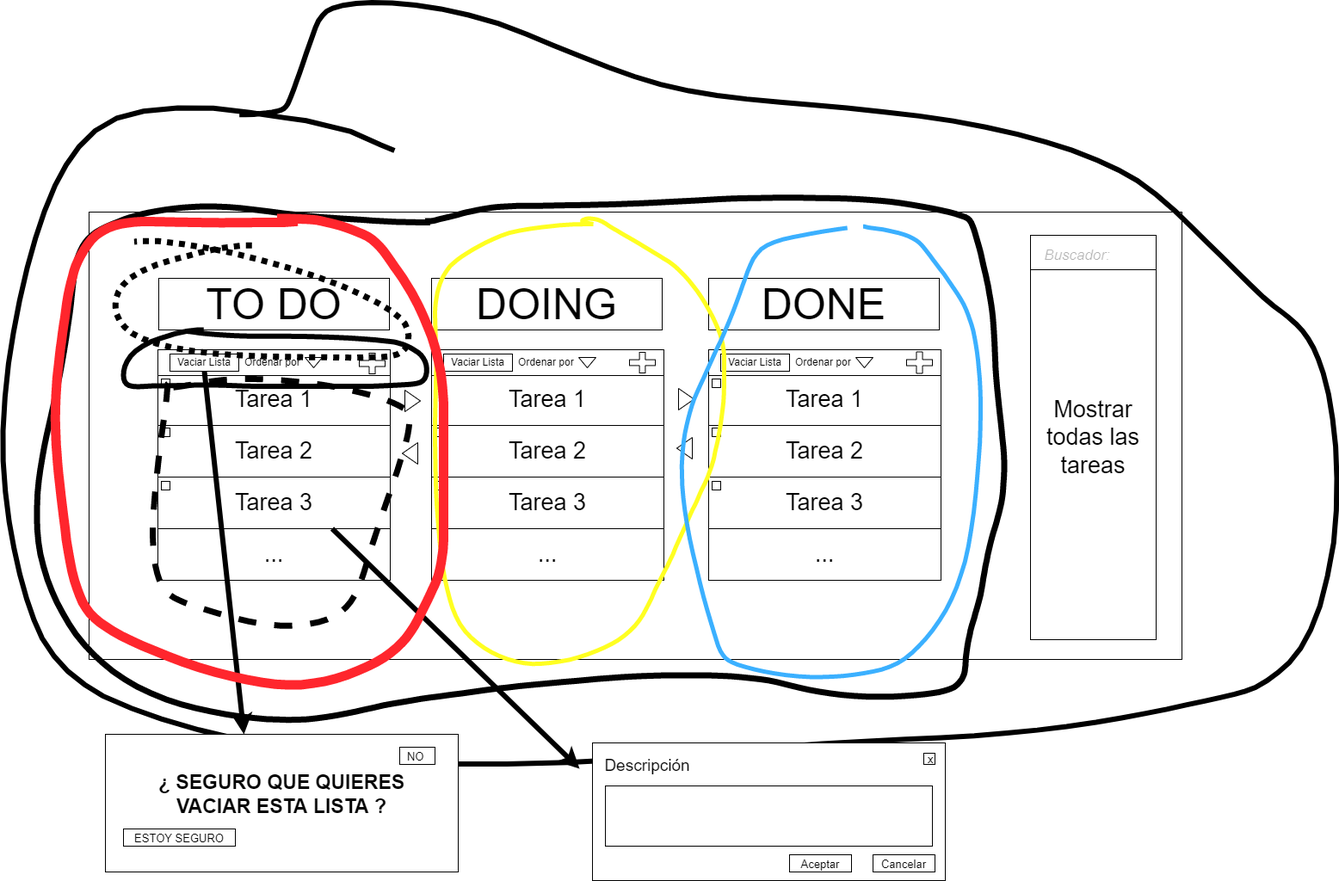
The draw.io diagram MaquetacionDistribucionBloques.png in OsmanMehmed/todo-list-web-nativo, before a commit. Source tidied: cells renumbered, new cells last; positions are measured from the earlier drawing's top-left corner, leaving out a move shared by most shapes.
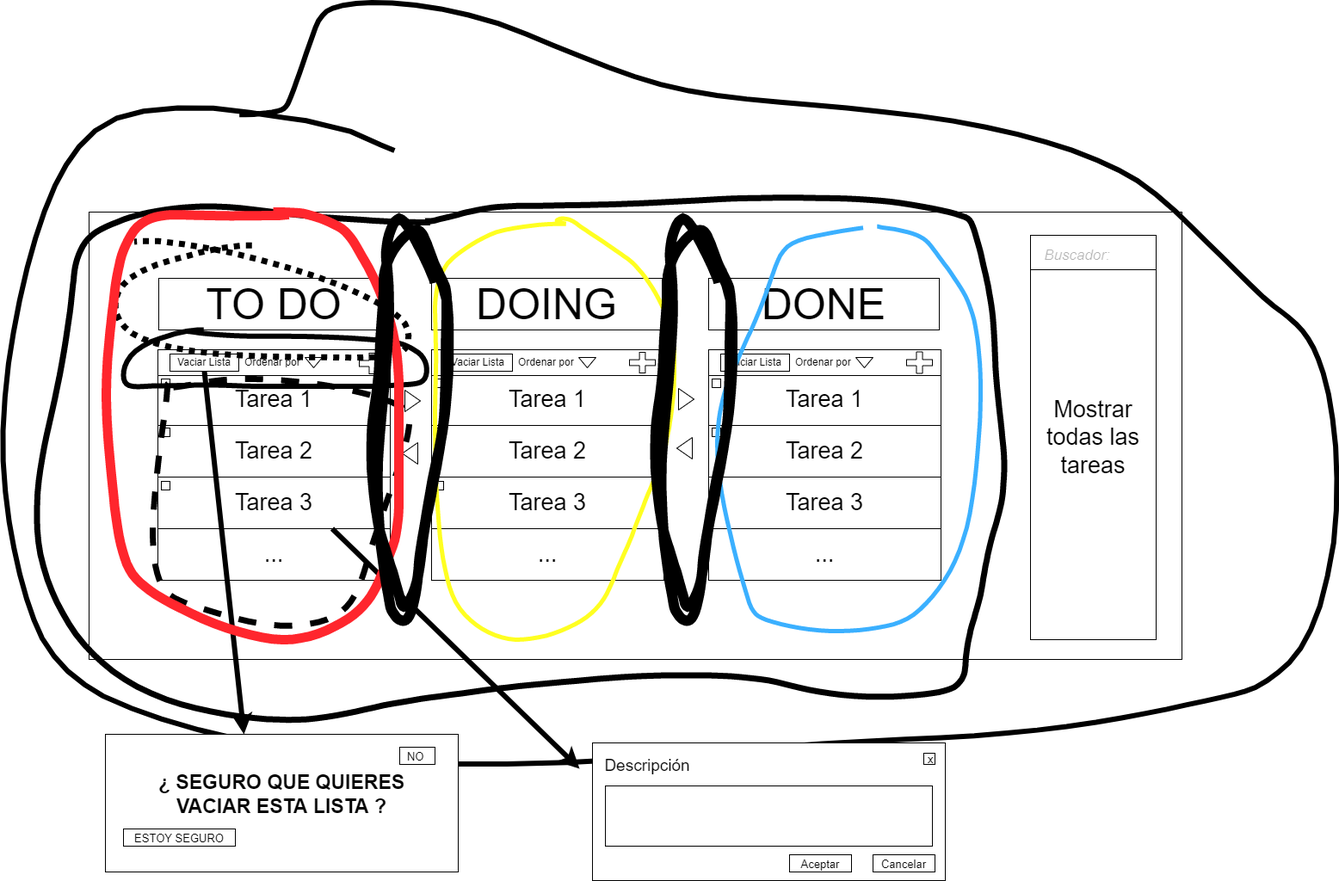
The same file after the commit.

Diff of the diagram source:
```diff
@@ -187,13 +187,19 @@
       <mxGeometry x="174" y="437" width="298.4" height="286.7" as="geometry" />
     </mxCell>
     <mxCell id="62" style="shape=(stored shape, 2028 characters);fillColor=none;fontSize=23;fontColor=#F0FF66;strokeWidth=5;strokeColor=#FFFF21;" parent="1" vertex="1">
-      <mxGeometry x="502" y="250.6" width="336" height="517.6" as="geometry" />
+      <mxGeometry x="502" y="250.6" width="278" height="489.4" as="geometry" />
     </mxCell>
     <mxCell id="63" style="shape=(stored shape, 1560 characters);fontSize=23;strokeWidth=5;fillColor=none;strokeColor=#3BB0FF;" parent="1" vertex="1">
-      <mxGeometry x="788.8" y="259.8" width="347.2" height="523.6" as="geometry" />
+      <mxGeometry x="830" y="259.8" width="306" height="470.2" as="geometry" />
     </mxCell>
     <mxCell id="64" style="shape=(stored shape, 2064 characters);fillColor=none;fontSize=23;fontColor=#F0FF66;strokeColor=#FF262D;strokeWidth=11;" parent="1" vertex="1">
-      <mxGeometry x="60.8" y="250.6" width="451.2" height="542" as="geometry" />
+      <mxGeometry x="120" y="243" width="340" height="497" as="geometry" />
     </mxCell>
+    <mxCell id="65" style="shape=(stored shape, 2824 characters);fillColor=none;fontSize=23;fontColor=#F0FF66;strokeColor=#000000;strokeWidth=12;" parent="1" vertex="1">
+      <mxGeometry x="428.2" y="250.6" width="89.6" height="467.4" as="geometry" />
+    </mxCell>
+    <mxCell id="66" style="shape=(stored shape, 2824 characters);fillColor=none;fontSize=23;fontColor=#F0FF66;strokeColor=#000000;strokeWidth=12;" parent="1" vertex="1">
+      <mxGeometry x="758" y="250.6" width="89.6" height="467.4" as="geometry" />
+    </mxCell>
   </root>
 </mxGraphModel>
```
